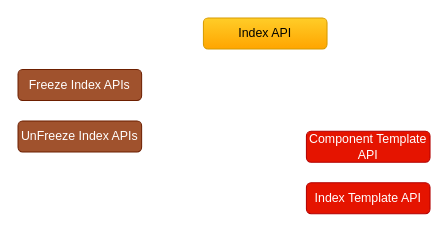
This is page "Index APIs" (1 of 4) of My Articles/elastic stack/ES REST APIs.drawio from paramothers/books, a draw.io file, before an edit. Source tidied: cells renumbered, new cells numbered last; positions are measured from the earlier drawing's top-left corner, leaving out a move shared by most shapes. Both pictures are drawn from the tidied source at 103%, with x=0, y=0 at pixel (18, 18).
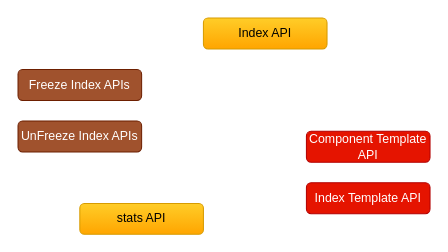
After the change.

Diff of the diagram source:
```diff
@@
 <mxGraphModel>
   <root>
     <mxCell id="0" />
     <mxCell id="1" parent="0" />
     <mxCell id="2" value="Component Template API" style="rounded=1;whiteSpace=wrap;html=1;fillColor=#e51400;strokeColor=#B20000;fontColor=#ffffff;" parent="1" vertex="1">
       <mxGeometry x="280" y="110" width="120" height="30" as="geometry" />
     </mxCell>
     <mxCell id="3" value="Index Template API" style="rounded=1;whiteSpace=wrap;html=1;fillColor=#e51400;strokeColor=#B20000;fontColor=#ffffff;" parent="1" vertex="1">
       <mxGeometry x="280" y="160" width="120" height="30" as="geometry" />
     </mxCell>
     <mxCell id="4" value="Freeze Index APIs" style="rounded=1;whiteSpace=wrap;html=1;fillColor=#a0522d;strokeColor=#6D1F00;fontColor=#ffffff;" parent="1" vertex="1">
       <mxGeometry y="50" width="120" height="30" as="geometry" />
     </mxCell>
     <mxCell id="5" value="UnFreeze Index APIs" style="rounded=1;whiteSpace=wrap;html=1;fillColor=#a0522d;strokeColor=#6D1F00;fontColor=#ffffff;" parent="1" vertex="1">
       <mxGeometry y="100" width="120" height="30" as="geometry" />
     </mxCell>
     <mxCell id="6" value="Index API" style="rounded=1;whiteSpace=wrap;html=1;gradientColor=#ffa500;fillColor=#ffcd28;strokeColor=#d79b00;" parent="1" vertex="1">
       <mxGeometry x="180" width="120" height="30" as="geometry" />
     </mxCell>
+    <mxCell id="7" value="stats API" style="rounded=1;whiteSpace=wrap;html=1;gradientColor=#ffa500;fillColor=#ffcd28;strokeColor=#d79b00;" parent="1" vertex="1">
+      <mxGeometry x="60" y="180" width="120" height="30" as="geometry" />
+    </mxCell>
   </root>
 </mxGraphModel>
```
